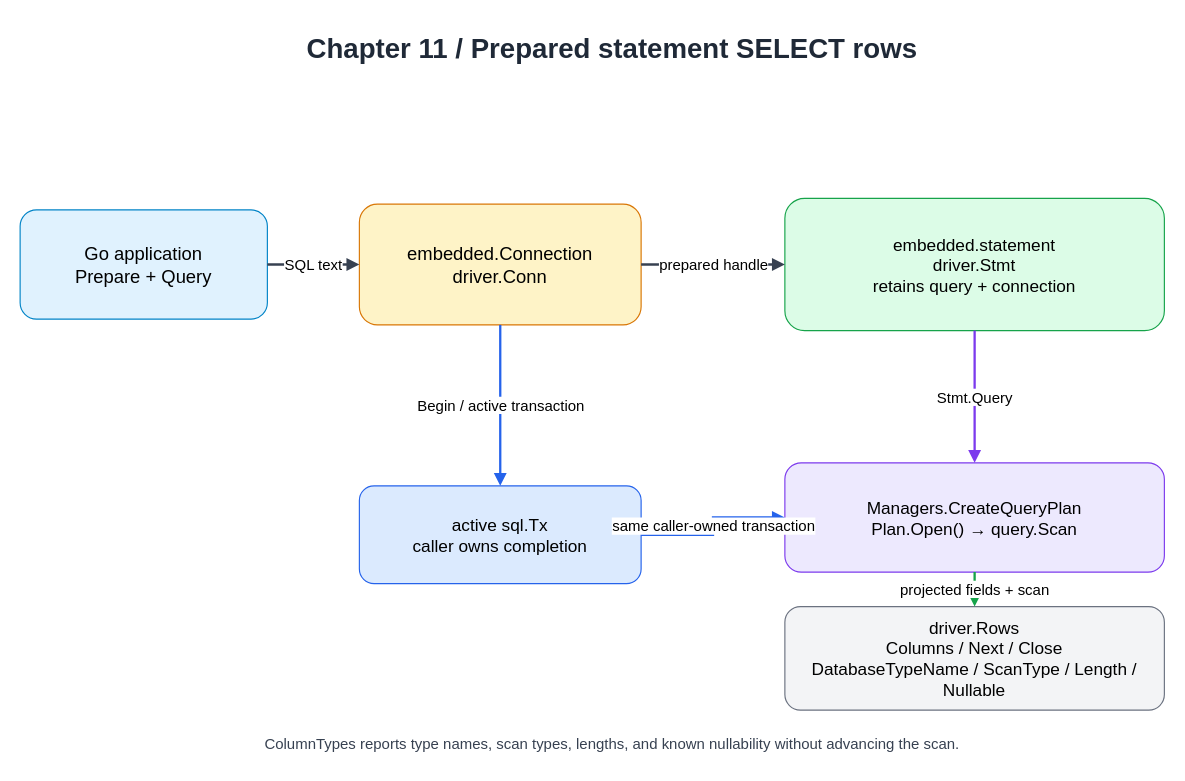
Before: docs/diagrams/ch11-embedded-statement.drawio in Rwatana/simledb_in_go, a draw.io diagram. Source tidied: cells renumbered, new cells numbered last; positions are measured from the earlier drawing's top-left corner, leaving out a move shared by most shapes. Both pictures are drawn from the tidied source at 115%, with x=0, y=0 at pixel (20, 20).
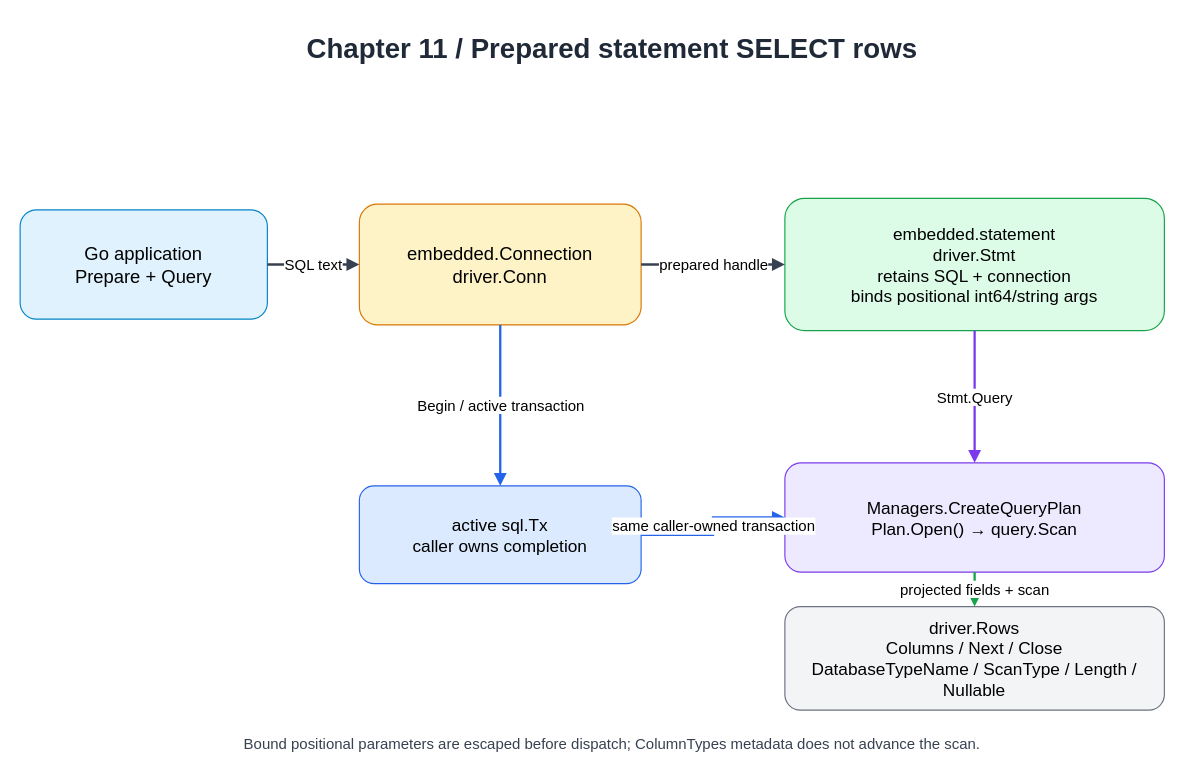
Above is the later version.

Commit message (it also covers changes not shown here):
feat: bind scalar parameters in embedded prepared statements (#1159)

Diff of the diagram source:
```diff
@@
 <mxGraphModel>
   <root>
     <mxCell id="0" />
     <mxCell id="1" parent="0" />
     <mxCell id="2" value="Chapter 11 / Prepared statement SELECT rows" style="text;html=1;align=center;verticalAlign=middle;whiteSpace=wrap;rounded=0;fontSize=24;fontStyle=1;fontColor=#1f2937;" parent="1" vertex="1">
       <mxGeometry x="45" width="940" height="50" as="geometry" />
     </mxCell>
     <mxCell id="3" value="Go application&#10;Prepare + Query" style="rounded=1;whiteSpace=wrap;html=1;fillColor=#e0f2fe;strokeColor=#0284c7;fontSize=16;" parent="1" vertex="1">
       <mxGeometry y="165" width="215" height="95" as="geometry" />
     </mxCell>
     <mxCell id="4" value="embedded.Connection&#10;driver.Conn" style="rounded=1;whiteSpace=wrap;html=1;fillColor=#fef3c7;strokeColor=#d97706;fontSize=16;" parent="1" vertex="1">
       <mxGeometry x="295" y="160" width="245" height="105" as="geometry" />
     </mxCell>
-    <mxCell id="5" value="embedded.statement&#10;driver.Stmt&#10;retains query + connection" style="rounded=1;whiteSpace=wrap;html=1;fillColor=#dcfce7;strokeColor=#16a34a;fontSize=15;" parent="1" vertex="1">
+    <mxCell id="5" value="embedded.statement&#10;driver.Stmt&#10;retains SQL + connection&#10;binds positional int64/string args" style="rounded=1;whiteSpace=wrap;html=1;fillColor=#dcfce7;strokeColor=#16a34a;fontSize=15;" parent="1" vertex="1">
       <mxGeometry x="665" y="155" width="330" height="115" as="geometry" />
     </mxCell>
     <mxCell id="6" value="active sql.Tx&#10;caller owns completion" style="rounded=1;whiteSpace=wrap;html=1;fillColor=#dbeafe;strokeColor=#2563eb;fontSize=15;" parent="1" vertex="1">
       <mxGeometry x="295" y="405" width="245" height="85" as="geometry" />
     </mxCell>
     <mxCell id="7" value="Managers.CreateQueryPlan&#10;Plan.Open() → query.Scan" style="rounded=1;whiteSpace=wrap;html=1;fillColor=#ede9fe;strokeColor=#7c3aed;fontSize=15;" parent="1" vertex="1">
       <mxGeometry x="665" y="385" width="330" height="95" as="geometry" />
     </mxCell>
     <mxCell id="8" value="driver.Rows&#10;Columns / Next / Close&#10;DatabaseTypeName / ScanType / Length / Nullable" style="rounded=1;whiteSpace=wrap;html=1;fillColor=#f3f4f6;strokeColor=#6b7280;fontSize=15;" parent="1" vertex="1">
       <mxGeometry x="665" y="510" width="330" height="90" as="geometry" />
     </mxCell>
-    <mxCell id="9" value="ColumnTypes reports type names, scan types, lengths, and known nullability without advancing the scan." style="text;html=1;align=center;whiteSpace=wrap;fontSize=13;fontColor=#374151;" parent="1" vertex="1">
+    <mxCell id="9" value="Bound positional parameters are escaped before dispatch; ColumnTypes metadata does not advance the scan." style="text;html=1;align=center;whiteSpace=wrap;fontSize=13;fontColor=#374151;" parent="1" vertex="1">
       <mxGeometry x="45" y="615" width="940" height="30" as="geometry" />
     </mxCell>
     <mxCell id="10" value="SQL text" style="edgeStyle=orthogonalEdgeStyle;rounded=0;jettySize=auto;html=1;endArrow=block;endFill=1;strokeColor=#374151;strokeWidth=2;fontSize=13;" parent="1" edge="1" source="3" target="4">
       <mxGeometry relative="1" as="geometry" />
     </mxCell>
     <mxCell id="11" value="prepared handle" style="edgeStyle=orthogonalEdgeStyle;rounded=0;jettySize=auto;html=1;endArrow=block;endFill=1;strokeColor=#374151;strokeWidth=2;fontSize=13;" parent="1" edge="1" source="4" target="5">
       <mxGeometry relative="1" as="geometry" />
     </mxCell>
     <mxCell id="12" value="Begin / active transaction" style="edgeStyle=orthogonalEdgeStyle;rounded=0;jettySize=auto;html=1;endArrow=block;endFill=1;strokeColor=#2563eb;strokeWidth=2;fontSize=13;" parent="1" edge="1" source="4" target="6">
       <mxGeometry relative="1" as="geometry" />
     </mxCell>
     <mxCell id="13" value="Stmt.Query" style="edgeStyle=orthogonalEdgeStyle;rounded=0;jettySize=auto;html=1;endArrow=block;endFill=1;strokeColor=#7c3aed;strokeWidth=2;fontSize=13;" parent="1" edge="1" source="5" target="7">
       <mxGeometry relative="1" as="geometry" />
     </mxCell>
     <mxCell id="14" value="same caller-owned transaction" style="edgeStyle=orthogonalEdgeStyle;rounded=0;jettySize=auto;html=1;endArrow=block;endFill=1;strokeColor=#2563eb;strokeWidth=2;fontSize=13;" parent="1" edge="1" source="6" target="7">
       <mxGeometry relative="1" as="geometry" />
     </mxCell>
     <mxCell id="15" value="projected fields + scan" style="edgeStyle=orthogonalEdgeStyle;rounded=0;jettySize=auto;html=1;endArrow=block;endFill=1;strokeColor=#16a34a;strokeWidth=2;fontSize=13;" parent="1" edge="1" source="7" target="8">
       <mxGeometry relative="1" as="geometry" />
     </mxCell>
   </root>
 </mxGraphModel>
```
